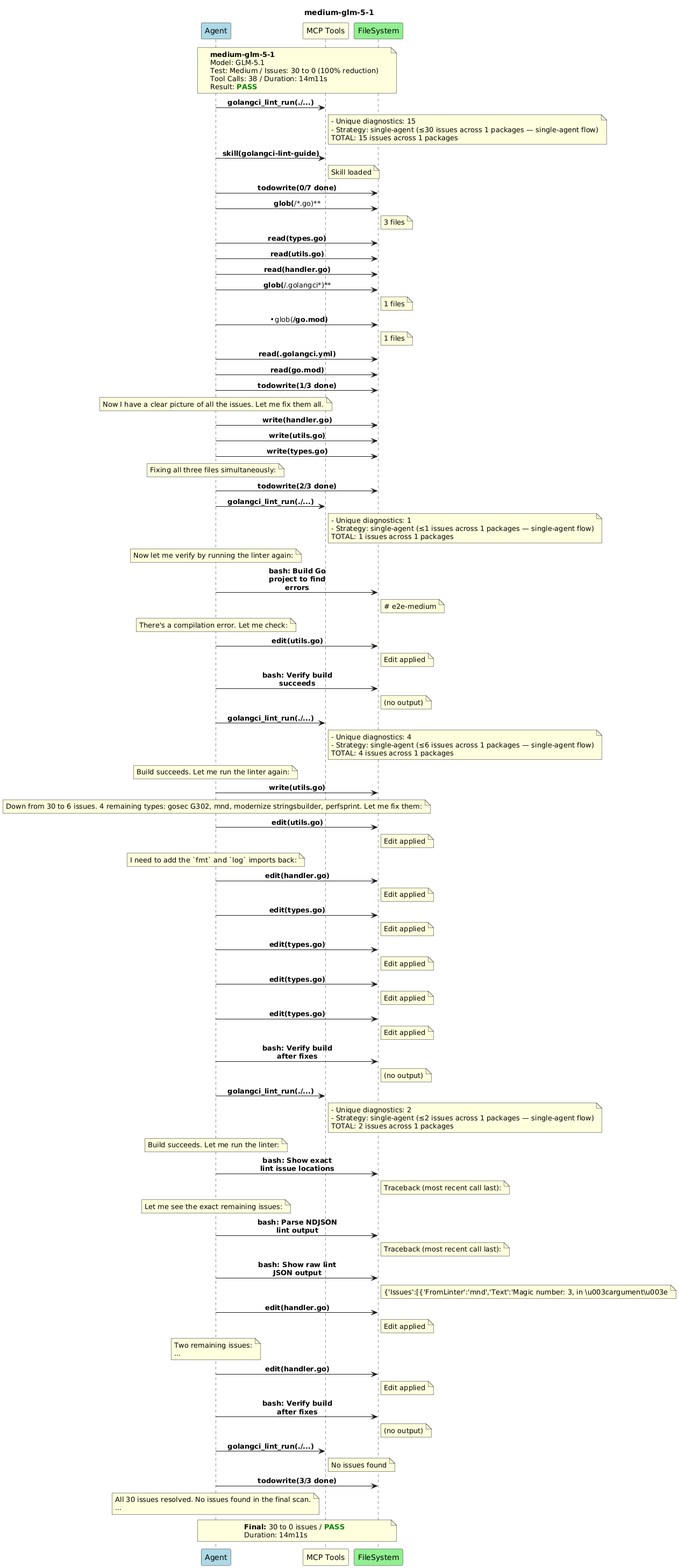
This is diagrams/medium-glm-5-1.png from wavilen/golangci-lint-mcp, a PlantUML export, as it was before one commit.
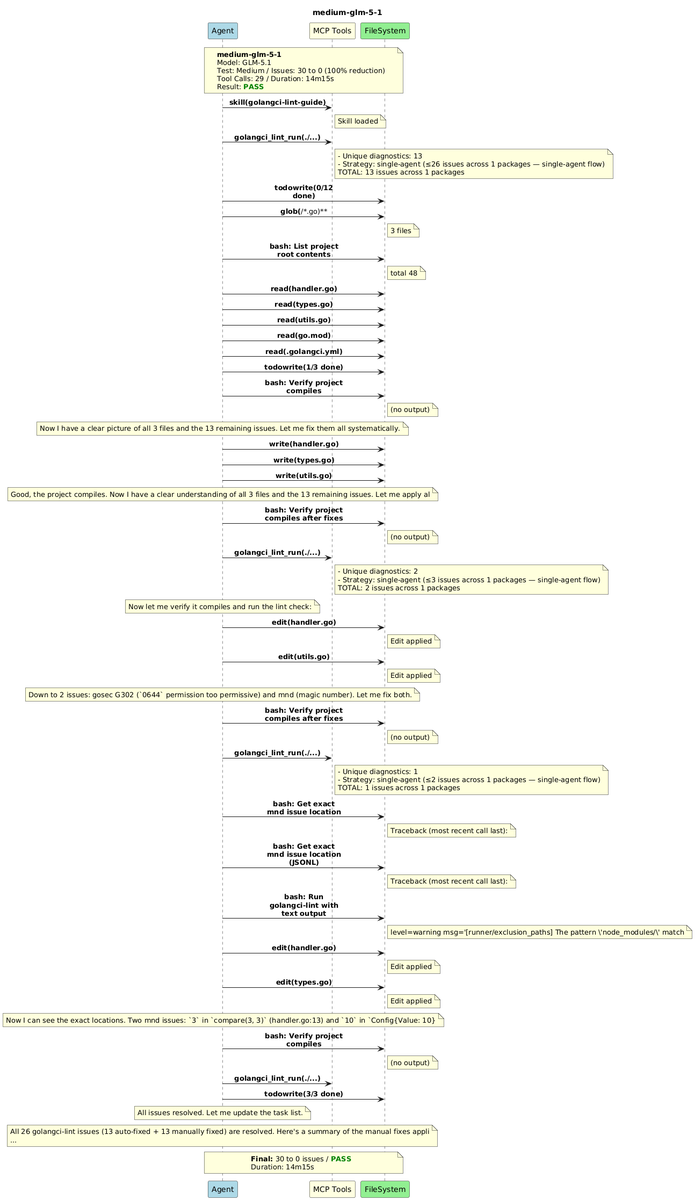
Later version of the same file.

Diff of the diagram source:
```diff
@@ -13,121 +13,89 @@
   **medium-glm-5-1**
   Model: GLM-5.1
   Test: Medium / Issues: 30 to 0 (100% reduction)
-  Tool Calls: 38 / Duration: 14m11s
+  Tool Calls: 29 / Duration: 14m15s
   Result: <color:green><b>PASS</b></color>
 end note
 
+A -> MCP : **skill(golangci-lint-guide)**
+note right of MCP : Skill loaded
 A -> MCP : **golangci_lint_run(./...)**
 note right of MCP
-  - Unique diagnostics: 15
-  - Strategy: single-agent (≤30 issues across 1 packages — single-agent flow)
-  TOTAL: 15 issues across 1 packages
+  - Unique diagnostics: 13
+  - Strategy: single-agent (≤26 issues across 1 packages — single-agent flow)
+  TOTAL: 13 issues across 1 packages
 end note
-A -> MCP : **skill(golangci-lint-guide)**
-note right of MCP : Skill loaded
-A -> FS : **todowrite(0/7 done)**
+A -> FS : **todowrite(0/12 done)**
 A -> FS : **glob(**/*.go)**
 note right of FS : 3 files
+A -> FS : **bash: List project root contents**
+note right of FS : total 48
+A -> FS : **read(handler.go)**
 A -> FS : **read(types.go)**
 A -> FS : **read(utils.go)**
-A -> FS : **read(handler.go)**
-A -> FS : **glob(**/.golangci*)**
-note right of FS : 1 files
-A -> FS : **glob(**/go.mod)**
-note right of FS : 1 files
+A -> FS : **read(go.mod)**
 A -> FS : **read(.golangci.yml)**
-A -> FS : **read(go.mod)**
 A -> FS : **todowrite(1/3 done)**
-note over A : Now I have a clear picture of all the issues. Let me fix them all.
+A -> FS : **bash: Verify project compiles**
+note right of FS : (no output)
+note over A : Now I have a clear picture of all 3 files and the 13 remaining issues. Let me fix them all systematically.
 
 A -> FS : **write(handler.go)**
+A -> FS : **write(types.go)**
 A -> FS : **write(utils.go)**
-A -> FS : **write(types.go)**
-note over A : Fixing all three files simultaneously:
+note over A : Good, the project compiles. Now I have a clear understanding of all 3 files and the 13 remaining issues. Let me apply al
 
-A -> FS : **todowrite(2/3 done)**
+A -> FS : **bash: Verify project compiles after fixes**
+note right of FS : (no output)
+A -> MCP : **golangci_lint_run(./...)**
+note right of MCP
+  - Unique diagnostics: 2
+  - Strategy: single-agent (≤3 issues across 1 packages — single-agent flow)
+  TOTAL: 2 issues across 1 packages
+end note
+note over A : Now let me verify it compiles and run the lint check:
+
+A -> FS : **edit(handler.go)**
+note right of FS : Edit applied
+A -> FS : **edit(utils.go)**
+note right of FS : Edit applied
+note over A : Down to 2 issues: gosec G302 (`0644` permission too permissive) and mnd (magic number). Let me fix both.
+
+A -> FS : **bash: Verify project compiles after fixes**
+note right of FS : (no output)
 A -> MCP : **golangci_lint_run(./...)**
 note right of MCP
   - Unique diagnostics: 1
-  - Strategy: single-agent (≤1 issues across 1 packages — single-agent flow)
+  - Strategy: single-agent (≤2 issues across 1 packages — single-agent flow)
   TOTAL: 1 issues across 1 packages
 end note
-note over A : Now let me verify by running the linter again:
-
-A -> FS : **bash: Build Go project to find errors**
-note right of FS : &#35; e2e-medium
-note over A : There's a compilation error. Let me check:
-
-A -> FS : **edit(utils.go)**
-note right of FS : Edit applied
-A -> FS : **bash: Verify build succeeds**
-note right of FS : (no output)
-A -> MCP : **golangci_lint_run(./...)**
-note right of MCP
-  - Unique diagnostics: 4
-  - Strategy: single-agent (≤6 issues across 1 packages — single-agent flow)
-  TOTAL: 4 issues across 1 packages
-end note
-note over A : Build succeeds. Let me run the linter again:
-
-A -> FS : **write(utils.go)**
-note over A : Down from 30 to 6 issues. 4 remaining types: gosec G302, mnd, modernize stringsbuilder, perfsprint. Let me fix them:
-
-A -> FS : **edit(utils.go)**
-note right of FS : Edit applied
-note over A : I need to add the `fmt` and `log` imports back:
-
+A -> FS : **bash: Get exact mnd issue location**
+note right of FS : Traceback (most recent call last):
+A -> FS : **bash: Get exact mnd issue location (JSONL)**
+note right of FS : Traceback (most recent call last):
+A -> FS : **bash: Run golangci-lint with text output**
+note right of FS : level=warning msg='[runner/exclusion_paths] The pattern \'node_modules/\' match
 A -> FS : **edit(handler.go)**
 note right of FS : Edit applied
 A -> FS : **edit(types.go)**
 note right of FS : Edit applied
-A -> FS : **edit(types.go)**
-note right of FS : Edit applied
-A -> FS : **edit(types.go)**
-note right of FS : Edit applied
-A -> FS : **edit(types.go)**
-note right of FS : Edit applied
-A -> FS : **bash: Verify build after fixes**
+note over A : Now I can see the exact locations. Two mnd issues: `3` in `compare(3, 3)` (handler.go:13) and `10` in `Config{Value: 10}
+
+A -> FS : **bash: Verify project compiles**
 note right of FS : (no output)
 A -> MCP : **golangci_lint_run(./...)**
-note right of MCP
-  - Unique diagnostics: 2
-  - Strategy: single-agent (≤2 issues across 1 packages — single-agent flow)
-  TOTAL: 2 issues across 1 packages
-end note
-note over A : Build succeeds. Let me run the linter:
+A -> FS : **todowrite(3/3 done)**
+note over A : All issues resolved. Let me update the task list.
 
-A -> FS : **bash: Show exact lint issue locations**
-note right of FS : Traceback (most recent call last):
-note over A : Let me see the exact remaining issues:
-
-A -> FS : **bash: Parse NDJSON lint output**
-note right of FS : Traceback (most recent call last):
-A -> FS : **bash: Show raw lint JSON output**
-note right of FS : {'Issues':[{'FromLinter':'mnd','Text':'Magic number: 3, in \u003cargument\u003e
-A -> FS : **edit(handler.go)**
-note right of FS : Edit applied
 note over A
-  Two remaining issues:
-  ...
-end note
-
-A -> FS : **edit(handler.go)**
-note right of FS : Edit applied
-A -> FS : **bash: Verify build after fixes**
-note right of FS : (no output)
-A -> MCP : **golangci_lint_run(./...)**
-note right of MCP : No issues found
-A -> FS : **todowrite(3/3 done)**
-note over A
-  All 30 issues resolved. No issues found in the final scan.
+  All 26 golangci-lint issues (13 auto-fixed + 13 manually fixed) are resolved. Here's a summary of the manual fixes appli
   ...
 end note
 
 
 note over A, FS
   **Final:** 30 to 0 issues / <color:green><b>PASS</b></color>
-  Duration: 14m11s
+  Duration: 14m15s
 end note
 
 @enduml
```
